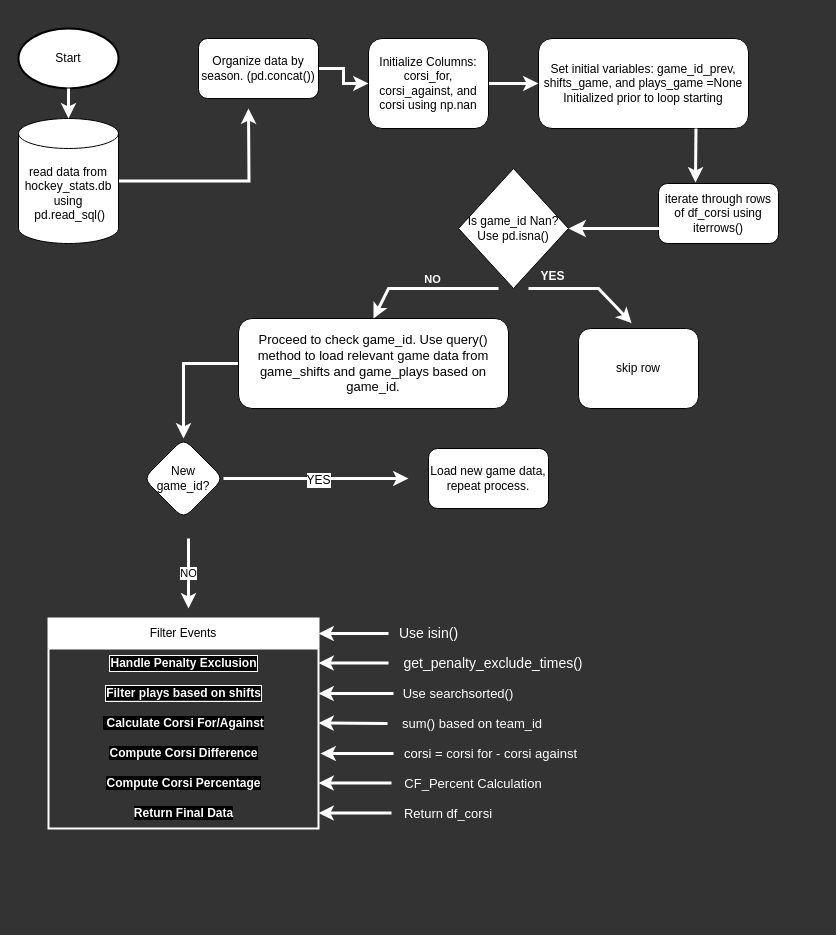
Earlier version of the draw.io diagram flowforcorsi.drawio (ewnike/cost_cup). Source tidied: cells renumbered, new cells numbered last; positions are measured from the earlier drawing's top-left corner, leaving out a move shared by most shapes. Both pictures are drawn from the tidied source at 100%, with x=0, y=0 at pixel (18, 28).
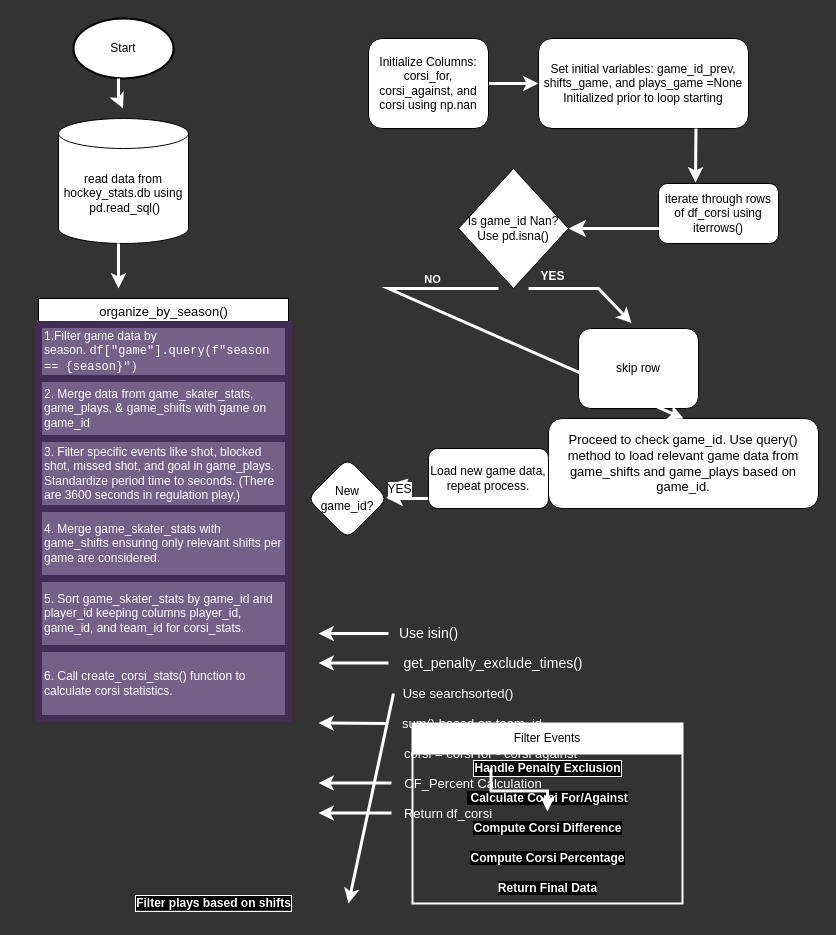
Above is the later version.

The change refers to these unchanged cells:
```xml
<mxCell id="6" value="Initialize Columns: corsi_for, corsi_against, and corsi using np.nan" style="rounded=1;whiteSpace=wrap;html=1;fontSize=12;glass=0;strokeWidth=1;shadow=0;labelBackgroundColor=none;" parent="1" vertex="1">
  <mxGeometry x="350" y="10" width="120" height="90" as="geometry" />
</mxCell>
```

The edit, as a diff of the source:
```diff
@@
     <mxCell id="4" value="Start" style="strokeWidth=2;html=1;shape=mxgraph.flowchart.start_1;whiteSpace=wrap;labelBackgroundColor=none;" parent="1" vertex="1">
-      <mxGeometry width="100" height="60" as="geometry" />
+      <mxGeometry x="55" y="-10" width="100" height="60" as="geometry" />
     </mxCell>
@@
     <mxCell id="11" value="Proceed to check game_id. Use query() method to load relevant game data from game_shifts and game_plays based on game_id." style="rounded=1;whiteSpace=wrap;html=1;direction=west;labelBackgroundColor=none;fontSize=13;" parent="1" vertex="1">
-      <mxGeometry x="220" y="290" width="270" height="90" as="geometry" />
+      <mxGeometry x="530" y="390" width="270" height="90" as="geometry" />
     </mxCell>
     <mxCell id="12" value="New game_id?" style="rhombus;whiteSpace=wrap;html=1;rounded=1;labelBackgroundColor=none;" parent="1" vertex="1">
-      <mxGeometry x="125" y="410" width="80" height="80" as="geometry" />
+      <mxGeometry x="289" y="430" width="80" height="80" as="geometry" />
     </mxCell>
@@
     <mxCell id="14" value="Filter Events" style="swimlane;fontStyle=0;horizontal=1;startSize=30;whiteSpace=wrap;strokeWidth=2;perimeterSpacing=2;labelBackgroundColor=default;labelBorderColor=#FFFFFF;strokeColor=#FFFFFF;swimlaneFillColor=none;fixDash=1;direction=east;perimeter=stepPerimeter;html=1;flipH=0;rotation=0;" parent="1" vertex="1">
-      <mxGeometry x="30" y="590" width="270" height="210" as="geometry" />
+      <mxGeometry x="394" y="695" width="270" height="180" as="geometry" />
     </mxCell>
@@
-    <mxCell id="16" value="&lt;font color=&quot;#ffffff&quot;&gt;&lt;span style=&quot;caret-color: rgb(255, 255, 255); background-color: rgb(0, 0, 0);&quot;&gt;&lt;b&gt;Filter plays based on shifts&lt;/b&gt;&lt;/span&gt;&lt;/font&gt;" style="text;html=1;align=center;verticalAlign=middle;points=[];labelBackgroundColor=none;labelBorderColor=#FFFFFF;perimeterSpacing=3;strokeWidth=3;" parent="14" vertex="1">
-      <mxGeometry y="60" width="270" height="30" as="geometry" />
-    </mxCell>
     <mxCell id="17" value="&lt;b style=&quot;caret-color: rgb(255, 255, 255); color: rgb(255, 255, 255); font-family: Helvetica; font-size: 12px; font-style: normal; font-variant-caps: normal; letter-spacing: normal; orphans: auto; text-align: center; text-indent: 0px; text-transform: none; white-space: nowrap; widows: auto; word-spacing: 0px; -webkit-text-stroke-width: 0px; background-color: rgb(0, 0, 0); text-decoration: none;&quot;&gt;&amp;nbsp;Calculate Corsi For/Against&lt;/b&gt;" style="text;html=1;align=center;verticalAlign=middle;fillColor=none;labelBackgroundColor=none;imageHeight=36;perimeterSpacing=3;strokeWidth=3;" parent="14" vertex="1">
-      <mxGeometry y="90" width="270" height="30" as="geometry" />
+      <mxGeometry y="60" width="270" height="30" as="geometry" />
     </mxCell>
     <mxCell id="18" value="&lt;font color=&quot;#ffffff&quot;&gt;&lt;span style=&quot;caret-color: rgb(255, 255, 255); background-color: rgb(0, 0, 0);&quot;&gt;&lt;b&gt;Compute Corsi Difference&lt;/b&gt;&lt;/span&gt;&lt;/font&gt;" style="text;html=1;align=center;verticalAlign=middle;points=[];fillColor=none;labelBackgroundColor=none;backgroundOutline=0;perimeterSpacing=2;" parent="14" vertex="1">
-      <mxGeometry y="120" width="270" height="30" as="geometry" />
+      <mxGeometry y="90" width="270" height="30" as="geometry" />
     </mxCell>
     <mxCell id="19" value="&lt;font color=&quot;#ffffff&quot;&gt;&lt;span style=&quot;caret-color: rgb(255, 255, 255); background-color: rgb(0, 0, 0);&quot;&gt;&lt;b&gt;Compute Corsi Percentage&lt;/b&gt;&lt;/span&gt;&lt;/font&gt;" style="text;html=1;align=center;verticalAlign=middle;fillColor=none;labelBackgroundColor=none;backgroundOutline=0;perimeterSpacing=2;" parent="14" vertex="1">
-      <mxGeometry y="150" width="270" height="30" as="geometry" />
+      <mxGeometry y="120" width="270" height="30" as="geometry" />
     </mxCell>
     <mxCell id="20" value="&lt;font color=&quot;#ffffff&quot;&gt;&lt;span style=&quot;caret-color: rgb(255, 255, 255); background-color: rgb(0, 0, 0);&quot;&gt;&lt;b&gt;Return Final Data&lt;/b&gt;&lt;/span&gt;&lt;/font&gt;" style="text;html=1;align=center;verticalAlign=middle;fillColor=none;labelBackgroundColor=none;backgroundOutline=0;perimeterSpacing=2;" parent="14" vertex="1">
-      <mxGeometry y="180" width="270" height="30" as="geometry" />
+      <mxGeometry y="150" width="270" height="30" as="geometry" />
     </mxCell>
@@
-    <mxCell id="28" value="NO" style="endArrow=classic;html=1;rounded=0;strokeColor=#FFFFFF;strokeWidth=3;" parent="1" edge="1">
-      <mxGeometry relative="1" as="geometry">
-        <mxPoint x="170" y="510" as="sourcePoint" />
-        <mxPoint x="170" y="580" as="targetPoint" />
-      </mxGeometry>
-    </mxCell>
@@
-    <mxCell id="44" style="edgeStyle=orthogonalEdgeStyle;rounded=0;jettySize=auto;html=1;exitX=1;exitY=0.5;exitDx=0;exitDy=0;exitPerimeter=0;strokeColor=#FFFFFF;strokeWidth=3;" parent="1" edge="1" source="45">
-      <mxGeometry relative="1" as="geometry">
-        <mxPoint x="230" y="80" as="targetPoint" />
-      </mxGeometry>
-    </mxCell>
     <mxCell id="45" value="read data from hockey_stats.db using &amp;nbsp;pd.read_sql()" style="shape=cylinder3;whiteSpace=wrap;html=1;boundedLbl=1;backgroundOutline=1;size=15;" parent="1" vertex="1">
-      <mxGeometry y="90" width="100" height="125" as="geometry" />
+      <mxGeometry x="40" y="90" width="130" height="125" as="geometry" />
     </mxCell>
-    <mxCell id="46" style="edgeStyle=orthogonalEdgeStyle;rounded=0;jettySize=auto;html=1;strokeColor=#FFFFFF;strokeWidth=3;" parent="1" edge="1" source="47" target="6">
-      <mxGeometry relative="1" as="geometry" />
-    </mxCell>
-    <mxCell id="47" value="Organize data by season. (pd.concat())" style="rounded=1;whiteSpace=wrap;html=1;" parent="1" vertex="1">
-      <mxGeometry x="180" y="10" width="120" height="60" as="geometry" />
-    </mxCell>
     <mxCell id="48" style="endArrow=classic;html=1;rounded=0;strokeColor=#FFFFFF;strokeWidth=3;" parent="1" edge="1">
       <mxGeometry relative="1" as="geometry">
-        <mxPoint x="50" y="60" as="sourcePoint" />
-        <mxPoint x="50" y="90" as="targetPoint" />
+        <mxPoint x="100" y="50" as="sourcePoint" />
+        <mxPoint x="104.5" y="80" as="targetPoint" />
+        <Array as="points">
+          <mxPoint x="100" y="60" />
+          <mxPoint x="100" y="70" />
+        </Array>
       </mxGeometry>
     </mxCell>
+    <mxCell id="49" style="endArrow=classic;html=1;rounded=0;strokeColor=#FFFFFF;strokeWidth=3;" parent="1" edge="1">
+      <mxGeometry relative="1" as="geometry">
+        <mxPoint x="100" y="225" as="sourcePoint" />
+        <mxPoint x="100" y="260" as="targetPoint" />
+        <Array as="points">
+          <mxPoint x="100" y="215" />
+          <mxPoint x="100" y="240" />
+        </Array>
+      </mxGeometry>
+    </mxCell>
+    <mxCell id="50" value="&lt;font style=&quot;font-size: 13px;&quot;&gt;organize_by_season()&lt;/font&gt;" style="swimlane;fontStyle=0;horizontal=1;startSize=26;html=1;" parent="1" vertex="1">
+      <mxGeometry x="20" y="270" width="250" height="420" as="geometry" />
+    </mxCell>
+    <mxCell id="51" value="1.Filter game data by season.&amp;nbsp;&lt;code style=&quot;caret-color: rgb(0, 0, 0);&quot;&gt;df[&quot;game&quot;].query(f&quot;season == {season}&quot;)&lt;/code&gt;" style="text;strokeColor=#432D57;fillColor=#76608a;align=left;verticalAlign=middle;spacingLeft=4;spacingRight=4;overflow=hidden;whiteSpace=wrap;html=1;fontColor=#ffffff;perimeterSpacing=3;strokeWidth=7;" parent="50" vertex="1">
+      <mxGeometry y="26" width="250" height="54" as="geometry" />
+    </mxCell>
+    <mxCell id="52" value="&lt;font color=&quot;#ffffff&quot;&gt;2. Merge data from game_skater_stats, game_plays, &amp;amp; game_shifts with game on game_id&amp;nbsp;&lt;/font&gt;" style="text;strokeColor=#432D57;fillColor=#76608a;align=left;verticalAlign=middle;spacingLeft=4;spacingRight=4;overflow=hidden;whiteSpace=wrap;html=1;fontColor=#ffffff;perimeterSpacing=3;strokeWidth=7;" parent="50" vertex="1">
+      <mxGeometry y="80" width="250" height="60" as="geometry" />
+    </mxCell>
+    <mxCell id="53" value="3.&lt;font face=&quot;Helvetica&quot;&gt; Filter specific events like &lt;span style=&quot;caret-color: rgb(0, 0, 0);&quot;&gt;shot, blocked shot, missed shot, and goal in game_plays. Standardize period time to seconds. (There are 3600 seconds in regulation play.)&lt;/span&gt;&lt;/font&gt;" style="text;strokeColor=#432D57;fillColor=#76608a;align=left;verticalAlign=top;spacingLeft=4;spacingRight=4;overflow=hidden;whiteSpace=wrap;html=1;fontColor=#ffffff;perimeterSpacing=3;strokeWidth=7;" parent="50" vertex="1">
+      <mxGeometry y="140" width="250" height="70" as="geometry" />
+    </mxCell>
+    <mxCell id="54" value="4. Merge game_skater_stats with game_shifts ensuring only relevant shifts per game are considered." style="text;strokeColor=#432D57;fillColor=#76608a;align=left;verticalAlign=middle;spacingLeft=4;spacingRight=4;overflow=hidden;whiteSpace=wrap;html=1;fontColor=#ffffff;perimeterSpacing=3;strokeWidth=7;" parent="50" vertex="1">
+      <mxGeometry y="210" width="250" height="70" as="geometry" />
+    </mxCell>
+    <mxCell id="55" value="5. Sort game_skater_stats by game_id and player_id keeping columns player_id, game_id, and team_id for corsi_stats." style="text;strokeColor=#432D57;fillColor=#76608a;align=left;verticalAlign=middle;spacingLeft=4;spacingRight=4;overflow=hidden;whiteSpace=wrap;html=1;fontColor=#ffffff;perimeterSpacing=3;strokeWidth=7;" parent="50" vertex="1">
+      <mxGeometry y="280" width="250" height="70" as="geometry" />
+    </mxCell>
+    <mxCell id="56" value="6. Call create_corsi_stats() function to calculate corsi statistics." style="text;strokeColor=#432D57;fillColor=#76608a;align=left;verticalAlign=middle;spacingLeft=4;spacingRight=4;overflow=hidden;whiteSpace=wrap;html=1;fontColor=#ffffff;perimeterSpacing=3;strokeWidth=7;" parent="50" vertex="1">
+      <mxGeometry y="350" width="250" height="70" as="geometry" />
+    </mxCell>
+    <mxCell id="16" value="&lt;font color=&quot;#ffffff&quot;&gt;&lt;span style=&quot;caret-color: rgb(255, 255, 255); background-color: rgb(0, 0, 0);&quot;&gt;&lt;b&gt;Filter plays based on shifts&lt;/b&gt;&lt;/span&gt;&lt;/font&gt;" style="text;html=1;align=center;verticalAlign=middle;points=[];labelBackgroundColor=none;labelBorderColor=#FFFFFF;perimeterSpacing=3;strokeWidth=3;" parent="1" vertex="1">
+      <mxGeometry x="60" y="860" width="270" height="30" as="geometry" />
+    </mxCell>
```
